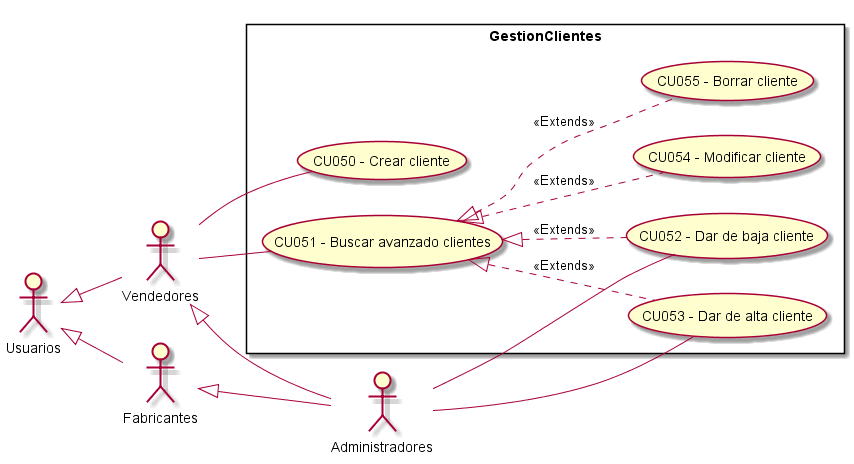
ZMGestion/DocumentacionZMGestion keeps this PlantUML diagram as Informe Final/Imagenes/ModeladoDeCasosDeUso/DiagramaDeCasosDeUso/GestionClientes.png. Above is the earlier version.
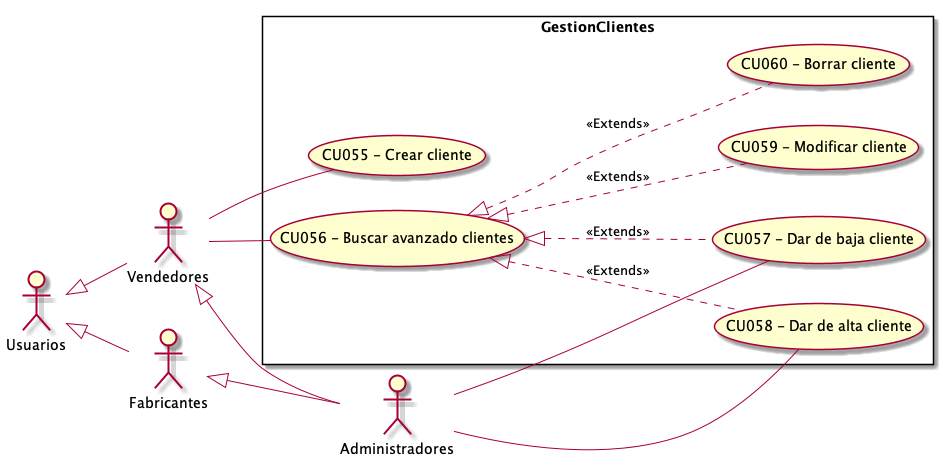
The same diagram one commit later.

Change to the diagram source:
```diff
@@ -13,12 +13,12 @@
  left to right direction
 
 rectangle GestionClientes{
-    UseCase "CU050 - Crear cliente" as C
-    UseCase "CU051 - Buscar avanzado clientes" as BA
-    UseCase "CU052 - Dar de baja cliente" as DB
-    UseCase "CU053 - Dar de alta cliente" as DA
-    UseCase "CU054 - Modificar cliente" as M
-    UseCase "CU055 - Borrar cliente" as B
+    UseCase "CU055 - Crear cliente" as C
+    UseCase "CU056 - Buscar avanzado clientes" as BA
+    UseCase "CU057 - Dar de baja cliente" as DB
+    UseCase "CU058 - Dar de alta cliente" as DA
+    UseCase "CU059 - Modificar cliente" as M
+    UseCase "CU060 - Borrar cliente" as B
     BA <|.. M : <<Extends>>
     BA <|.. DA : <<Extends>>
     BA <|.. DB : <<Extends>>
```
